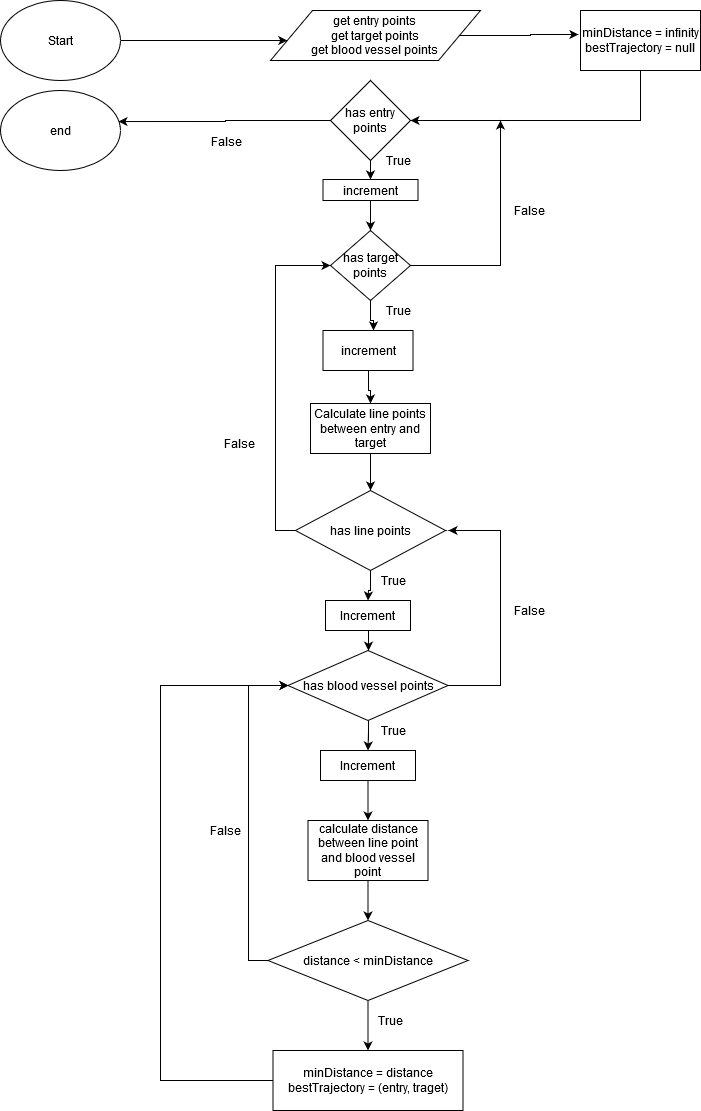
Earlier version of the draw.io export robotics/slicerTutorials/Tutorial 2 and 3/part2 - quick flow chart.png (Meldanen/kcl). Source tidied: cells renumbered, new cells last; positions are measured from the earlier drawing's top-left corner, leaving out a move shared by most shapes.
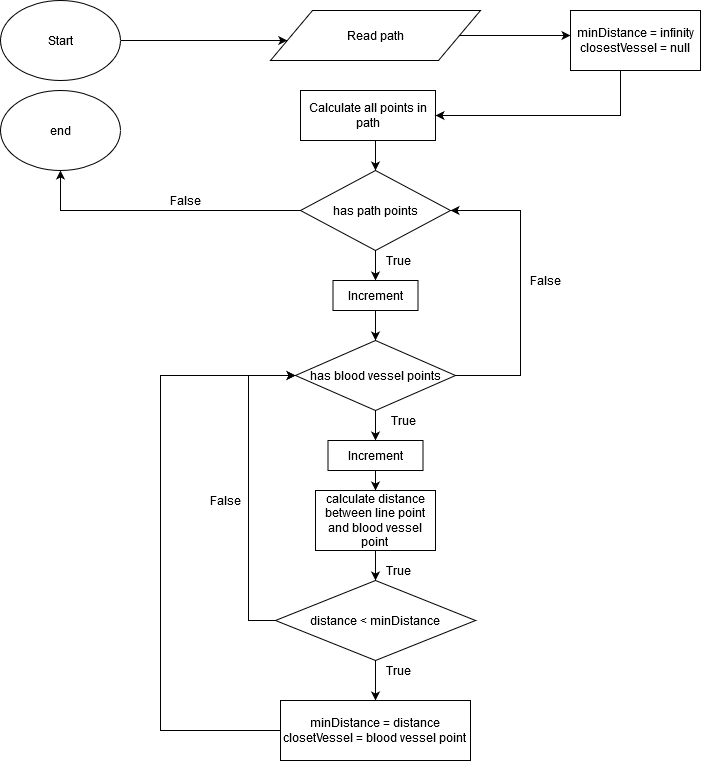
After the commit.

Commit message:
simplified flow chart

Change to the diagram source:
```diff
@@ -13,87 +13,63 @@
     <mxCell id="3" value="Start" style="ellipse;whiteSpace=wrap;html=1;" parent="1" vertex="1">
       <mxGeometry width="120" height="80" as="geometry" />
     </mxCell>
-    <mxCell id="4" style="edgeStyle=orthogonalEdgeStyle;rounded=0;jettySize=auto;html=1;entryX=-0.017;entryY=0.4;entryDx=0;entryDy=0;entryPerimeter=0;" parent="1" edge="1" source="5" target="17">
-      <mxGeometry relative="1" as="geometry" />
-    </mxCell>
+    <mxCell id="49" style="edgeStyle=orthogonalEdgeStyle;rounded=0;jettySize=auto;html=1;" parent="1" edge="1" source="5">
+      <mxGeometry relative="1" as="geometry">
+        <mxPoint x="570" y="35" as="targetPoint" />
+      </mxGeometry>
+    </mxCell>
-    <mxCell id="5" value="&lt;div&gt;get entry points&lt;/div&gt;&lt;div&gt;get target points&lt;/div&gt;&lt;div&gt;get blood vessel points&lt;br&gt;&lt;/div&gt;" style="shape=parallelogram;perimeter=parallelogramPerimeter;whiteSpace=wrap;html=1;" parent="1" vertex="1">
+    <mxCell id="5" value="Read path" style="shape=parallelogram;perimeter=parallelogramPerimeter;whiteSpace=wrap;html=1;" parent="1" vertex="1">
       <mxGeometry x="270" y="10" width="210" height="50" as="geometry" />
     </mxCell>
-    <mxCell id="6" style="edgeStyle=orthogonalEdgeStyle;rounded=0;orthogonalLoop=1;jettySize=auto;html=1;exitX=0.5;exitY=1;exitDx=0;exitDy=0;entryX=0.5;entryY=1;entryDx=0;entryDy=0;" parent="1" edge="1" source="10" target="10">
-      <mxGeometry relative="1" as="geometry" />
-    </mxCell>
-    <mxCell id="7" style="edgeStyle=orthogonalEdgeStyle;rounded=0;jettySize=auto;html=1;exitX=0;exitY=0.5;exitDx=0;exitDy=0;entryX=0.983;entryY=0.388;entryDx=0;entryDy=0;entryPerimeter=0;" parent="1" edge="1" source="10" target="31">
-      <mxGeometry relative="1" as="geometry" />
-    </mxCell>
-    <mxCell id="8" value="False" style="text;html=1;align=center;verticalAlign=middle;labelBackgroundColor=#ffffff;" parent="7" vertex="1">
-      <mxGeometry x="-0.1" relative="1" as="geometry">
-        <mxPoint x="-9" y="20" as="offset" />
-      </mxGeometry>
-    </mxCell>
-    <mxCell id="9" style="edgeStyle=orthogonalEdgeStyle;rounded=0;jettySize=auto;html=1;exitX=0.5;exitY=1;exitDx=0;exitDy=0;entryX=0.5;entryY=0;entryDx=0;entryDy=0;" parent="1" edge="1" source="10" target="35">
-      <mxGeometry relative="1" as="geometry" />
-    </mxCell>
-    <mxCell id="10" value="has entry points" style="rhombus;whiteSpace=wrap;html=1;" parent="1" vertex="1">
-      <mxGeometry x="330" y="80" width="80" height="80" as="geometry" />
-    </mxCell>
-    <mxCell id="11" style="edgeStyle=orthogonalEdgeStyle;rounded=0;jettySize=auto;html=1;" parent="1" edge="1" source="13">
-      <mxGeometry relative="1" as="geometry">
-        <mxPoint x="373" y="330" as="targetPoint" />
-      </mxGeometry>
-    </mxCell>
-    <mxCell id="12" style="edgeStyle=orthogonalEdgeStyle;rounded=0;jettySize=auto;html=1;" parent="1" edge="1" source="13">
-      <mxGeometry relative="1" as="geometry">
-        <mxPoint x="500" y="120" as="targetPoint" />
-      </mxGeometry>
-    </mxCell>
-    <mxCell id="13" value="has target points" style="rhombus;whiteSpace=wrap;html=1;" parent="1" vertex="1">
-      <mxGeometry x="330" y="230" width="80" height="70" as="geometry" />
-    </mxCell>
     <mxCell id="14" style="edgeStyle=orthogonalEdgeStyle;rounded=0;jettySize=auto;html=1;entryX=0.5;entryY=0;entryDx=0;entryDy=0;" parent="1" edge="1" source="15" target="20">
-      <mxGeometry relative="1" as="geometry" />
+      <mxGeometry relative="1" as="geometry">
+        <Array as="points">
+          <mxPoint x="375" y="150" />
+          <mxPoint x="375" y="150" />
+        </Array>
+      </mxGeometry>
     </mxCell>
-    <mxCell id="15" value="Calculate line points between entry and target" style="rounded=0;whiteSpace=wrap;html=1;" parent="1" vertex="1">
-      <mxGeometry x="310" y="403" width="120" height="50" as="geometry" />
+    <mxCell id="15" value="Calculate all points in path" style="rounded=0;whiteSpace=wrap;html=1;" parent="1" vertex="1">
+      <mxGeometry x="300" y="90" width="135" height="50" as="geometry" />
     </mxCell>
-    <mxCell id="16" style="edgeStyle=orthogonalEdgeStyle;rounded=0;jettySize=auto;html=1;exitX=0.5;exitY=1;exitDx=0;exitDy=0;entryX=1;entryY=0.5;entryDx=0;entryDy=0;" parent="1" edge="1" source="17" target="10">
-      <mxGeometry relative="1" as="geometry">
-        <Array as="points">
-          <mxPoint x="640" y="120" />
-        </Array>
-      </mxGeometry>
-    </mxCell>
+    <mxCell id="50" style="edgeStyle=orthogonalEdgeStyle;rounded=0;jettySize=auto;html=1;entryX=1;entryY=0.5;entryDx=0;entryDy=0;" parent="1" edge="1" source="17" target="15">
+      <mxGeometry relative="1" as="geometry">
+        <Array as="points">
+          <mxPoint x="620" y="115" />
+        </Array>
+      </mxGeometry>
+    </mxCell>
-    <mxCell id="17" value="&lt;div&gt;minDistance = infinity&lt;/div&gt;&lt;div&gt;bestTrajectory = null&lt;br&gt;&lt;/div&gt;" style="rounded=0;whiteSpace=wrap;html=1;" parent="1" vertex="1">
-      <mxGeometry x="580" y="10" width="120" height="60" as="geometry" />
+    <mxCell id="17" value="&lt;div&gt;minDistance = infinity&lt;/div&gt;&lt;div&gt;closestVessel = null&lt;br&gt;&lt;/div&gt;" style="rounded=0;whiteSpace=wrap;html=1;" parent="1" vertex="1">
+      <mxGeometry x="570" y="10" width="130" height="60" as="geometry" />
     </mxCell>
-    <mxCell id="18" style="edgeStyle=orthogonalEdgeStyle;rounded=0;jettySize=auto;html=1;exitX=0;exitY=0.5;exitDx=0;exitDy=0;entryX=0;entryY=0.5;entryDx=0;entryDy=0;" parent="1" edge="1" source="20" target="13">
-      <mxGeometry relative="1" as="geometry" />
-    </mxCell>
     <mxCell id="19" style="edgeStyle=orthogonalEdgeStyle;rounded=0;jettySize=auto;html=1;entryX=0.5;entryY=0;entryDx=0;entryDy=0;" parent="1" edge="1" source="20" target="39">
       <mxGeometry relative="1" as="geometry" />
     </mxCell>
+    <mxCell id="51" style="edgeStyle=orthogonalEdgeStyle;rounded=0;jettySize=auto;html=1;entryX=0.5;entryY=1;entryDx=0;entryDy=0;" parent="1" edge="1" source="20" target="31">
+      <mxGeometry relative="1" as="geometry" />
+    </mxCell>
-    <mxCell id="20" value="has line points" style="rhombus;whiteSpace=wrap;html=1;" parent="1" vertex="1">
-      <mxGeometry x="295" y="490" width="150" height="80" as="geometry" />
+    <mxCell id="20" value="has path points" style="rhombus;whiteSpace=wrap;html=1;" parent="1" vertex="1">
+      <mxGeometry x="300" y="170" width="150" height="80" as="geometry" />
     </mxCell>
     <mxCell id="21" style="edgeStyle=orthogonalEdgeStyle;rounded=0;jettySize=auto;html=1;entryX=0.5;entryY=0;entryDx=0;entryDy=0;" parent="1" edge="1" source="23" target="41">
       <mxGeometry relative="1" as="geometry" />
     </mxCell>
-    <mxCell id="22" style="edgeStyle=orthogonalEdgeStyle;rounded=0;jettySize=auto;html=1;" parent="1" edge="1" source="23">
-      <mxGeometry relative="1" as="geometry">
-        <mxPoint x="448" y="530" as="targetPoint" />
-        <Array as="points">
-          <mxPoint x="500" y="685" />
-          <mxPoint x="500" y="530" />
-        </Array>
-      </mxGeometry>
-    </mxCell>
+    <mxCell id="52" style="edgeStyle=orthogonalEdgeStyle;rounded=0;jettySize=auto;html=1;entryX=1;entryY=0.5;entryDx=0;entryDy=0;" parent="1" edge="1" source="23" target="20">
+      <mxGeometry relative="1" as="geometry">
+        <Array as="points">
+          <mxPoint x="520" y="375" />
+          <mxPoint x="520" y="210" />
+        </Array>
+      </mxGeometry>
+    </mxCell>
     <mxCell id="23" value="has blood vessel points" style="rhombus;whiteSpace=wrap;html=1;" parent="1" vertex="1">
-      <mxGeometry x="287.5" y="650" width="160" height="70" as="geometry" />
+      <mxGeometry x="295" y="340" width="160" height="70" as="geometry" />
     </mxCell>
     <mxCell id="24" style="edgeStyle=orthogonalEdgeStyle;rounded=0;jettySize=auto;html=1;exitX=0.5;exitY=1;exitDx=0;exitDy=0;entryX=0.5;entryY=0;entryDx=0;entryDy=0;" parent="1" edge="1" source="25" target="28">
       <mxGeometry relative="1" as="geometry" />
     </mxCell>
     <mxCell id="25" value="&lt;div&gt;calculate distance between line point and blood vessel point&lt;br&gt;&lt;/div&gt;" style="rounded=0;whiteSpace=wrap;html=1;" parent="1" vertex="1">
-      <mxGeometry x="307.5" y="820" width="120" height="60" as="geometry" />
+      <mxGeometry x="315" y="490" width="120" height="60" as="geometry" />
     </mxCell>
     <mxCell id="26" style="edgeStyle=orthogonalEdgeStyle;rounded=0;jettySize=auto;html=1;exitX=0.5;exitY=1;exitDx=0;exitDy=0;entryX=0.5;entryY=0;entryDx=0;entryDy=0;" parent="1" edge="1" source="28" target="30">
       <mxGeometry relative="1" as="geometry" />
@@ -101,78 +77,60 @@
     <mxCell id="27" style="edgeStyle=orthogonalEdgeStyle;rounded=0;jettySize=auto;html=1;entryX=0;entryY=0.5;entryDx=0;entryDy=0;" parent="1" edge="1" source="28" target="23">
       <mxGeometry relative="1" as="geometry">
         <Array as="points">
-          <mxPoint x="248" y="960" />
-          <mxPoint x="248" y="685" />
+          <mxPoint x="248" y="620" />
+          <mxPoint x="248" y="375" />
         </Array>
       </mxGeometry>
     </mxCell>
     <mxCell id="28" value="distance &amp;lt; minDistance" style="rhombus;whiteSpace=wrap;html=1;" parent="1" vertex="1">
-      <mxGeometry x="267.5" y="920" width="200" height="80" as="geometry" />
+      <mxGeometry x="275" y="580" width="200" height="80" as="geometry" />
     </mxCell>
     <mxCell id="29" style="edgeStyle=orthogonalEdgeStyle;rounded=0;jettySize=auto;html=1;entryX=0;entryY=0.5;entryDx=0;entryDy=0;" parent="1" edge="1" source="30" target="23">
       <mxGeometry relative="1" as="geometry">
         <Array as="points">
-          <mxPoint x="160" y="1080" />
-          <mxPoint x="160" y="685" />
+          <mxPoint x="160" y="730" />
+          <mxPoint x="160" y="375" />
         </Array>
       </mxGeometry>
     </mxCell>
-    <mxCell id="30" value="&lt;div&gt;minDistance = distance&lt;/div&gt;&lt;div&gt;bestTrajectory = (entry, traget)&lt;br&gt;&lt;/div&gt;" style="rounded=0;whiteSpace=wrap;html=1;" parent="1" vertex="1">
-      <mxGeometry x="272.5" y="1050" width="190" height="60" as="geometry" />
+    <mxCell id="30" value="&lt;div&gt;minDistance = distance&lt;/div&gt;&lt;div&gt;closetVessel = blood vessel point&lt;br&gt;&lt;/div&gt;" style="rounded=0;whiteSpace=wrap;html=1;" parent="1" vertex="1">
+      <mxGeometry x="280" y="700" width="190" height="60" as="geometry" />
     </mxCell>
     <mxCell id="31" value="end" style="ellipse;whiteSpace=wrap;html=1;" parent="1" vertex="1">
       <mxGeometry y="90" width="120" height="80" as="geometry" />
     </mxCell>
     <mxCell id="32" value="True" style="text;html=1;align=center;verticalAlign=middle;" parent="1" vertex="1">
-      <mxGeometry x="370" y="1010" width="40" height="20" as="geometry" />
+      <mxGeometry x="377.5" y="560" width="40" height="20" as="geometry" />
     </mxCell>
-    <mxCell id="33" value="False" style="text;html=1;align=center;verticalAlign=middle;" parent="1" vertex="1">
-      <mxGeometry x="214" y="433" width="50" height="20" as="geometry" />
-    </mxCell>
-    <mxCell id="34" style="edgeStyle=orthogonalEdgeStyle;rounded=0;jettySize=auto;html=1;" parent="1" edge="1" source="35" target="13">
-      <mxGeometry relative="1" as="geometry" />
-    </mxCell>
-    <mxCell id="35" value="increment" style="rounded=0;whiteSpace=wrap;html=1;" parent="1" vertex="1">
-      <mxGeometry x="322.5" y="179" width="95" height="21" as="geometry" />
-    </mxCell>
-    <mxCell id="36" style="edgeStyle=orthogonalEdgeStyle;rounded=0;jettySize=auto;html=1;" parent="1" edge="1" source="37" target="15">
-      <mxGeometry relative="1" as="geometry" />
-    </mxCell>
-    <mxCell id="37" value="increment" style="rounded=0;whiteSpace=wrap;html=1;" parent="1" vertex="1">
-      <mxGeometry x="322.5" y="330" width="90" height="40" as="geometry" />
-    </mxCell>
     <mxCell id="38" style="edgeStyle=orthogonalEdgeStyle;rounded=0;jettySize=auto;html=1;" parent="1" edge="1" source="39" target="23">
       <mxGeometry relative="1" as="geometry" />
     </mxCell>
     <mxCell id="39" value="Increment" style="rounded=0;whiteSpace=wrap;html=1;" parent="1" vertex="1">
-      <mxGeometry x="325" y="600" width="85" height="30" as="geometry" />
+      <mxGeometry x="332.5" y="280" width="85" height="30" as="geometry" />
     </mxCell>
     <mxCell id="40" style="edgeStyle=orthogonalEdgeStyle;rounded=0;jettySize=auto;html=1;" parent="1" edge="1" source="41" target="25">
       <mxGeometry relative="1" as="geometry" />
     </mxCell>
     <mxCell id="41" value="Increment" style="rounded=0;whiteSpace=wrap;html=1;" parent="1" vertex="1">
-      <mxGeometry x="320" y="750" width="95" height="30" as="geometry" />
+      <mxGeometry x="327.5" y="440" width="95" height="30" as="geometry" />
     </mxCell>
-    <mxCell id="42" value="True" style="text;html=1;align=center;verticalAlign=middle;" parent="1" vertex="1">
-      <mxGeometry x="377.5" y="300" width="40" height="20" as="geometry" />
-    </mxCell>
-    <mxCell id="43" value="True" style="text;html=1;align=center;verticalAlign=middle;" parent="1" vertex="1">
-      <mxGeometry x="377.5" y="150" width="40" height="20" as="geometry" />
-    </mxCell>
-    <mxCell id="44" value="False" style="text;html=1;align=center;verticalAlign=middle;" parent="1" vertex="1">
-      <mxGeometry x="504" y="200" width="50" height="20" as="geometry" />
-    </mxCell>
-    <mxCell id="45" value="True" style="text;html=1;align=center;verticalAlign=middle;" parent="1" vertex="1">
-      <mxGeometry x="373" y="570" width="40" height="20" as="geometry" />
-    </mxCell>
-    <mxCell id="46" value="True" style="text;html=1;align=center;verticalAlign=middle;" parent="1" vertex="1">
-      <mxGeometry x="373" y="720" width="40" height="20" as="geometry" />
-    </mxCell>
-    <mxCell id="47" value="False" style="text;html=1;align=center;verticalAlign=middle;" parent="1" vertex="1">
-      <mxGeometry x="504" y="600" width="50" height="20" as="geometry" />
-    </mxCell>
     <mxCell id="48" value="False" style="text;html=1;align=center;verticalAlign=middle;" parent="1" vertex="1">
-      <mxGeometry x="200" y="820" width="50" height="20" as="geometry" />
+      <mxGeometry x="200" y="490" width="50" height="20" as="geometry" />
     </mxCell>
+    <mxCell id="53" value="True" style="text;html=1;align=center;verticalAlign=middle;" parent="1" vertex="1">
+      <mxGeometry x="377.5" y="250" width="40" height="20" as="geometry" />
+    </mxCell>
+    <mxCell id="54" value="False" style="text;html=1;align=center;verticalAlign=middle;" parent="1" vertex="1">
+      <mxGeometry x="160" y="190" width="50" height="20" as="geometry" />
+    </mxCell>
+    <mxCell id="55" value="False" style="text;html=1;align=center;verticalAlign=middle;" parent="1" vertex="1">
+      <mxGeometry x="520" y="270" width="50" height="20" as="geometry" />
+    </mxCell>
+    <mxCell id="56" value="True" style="text;html=1;align=center;verticalAlign=middle;" parent="1" vertex="1">
+      <mxGeometry x="382.5" y="410" width="40" height="20" as="geometry" />
+    </mxCell>
+    <mxCell id="57" value="True" style="text;html=1;align=center;verticalAlign=middle;" parent="1" vertex="1">
+      <mxGeometry x="377.5" y="660" width="40" height="20" as="geometry" />
+    </mxCell>
   </root>
 </mxGraphModel>
```
